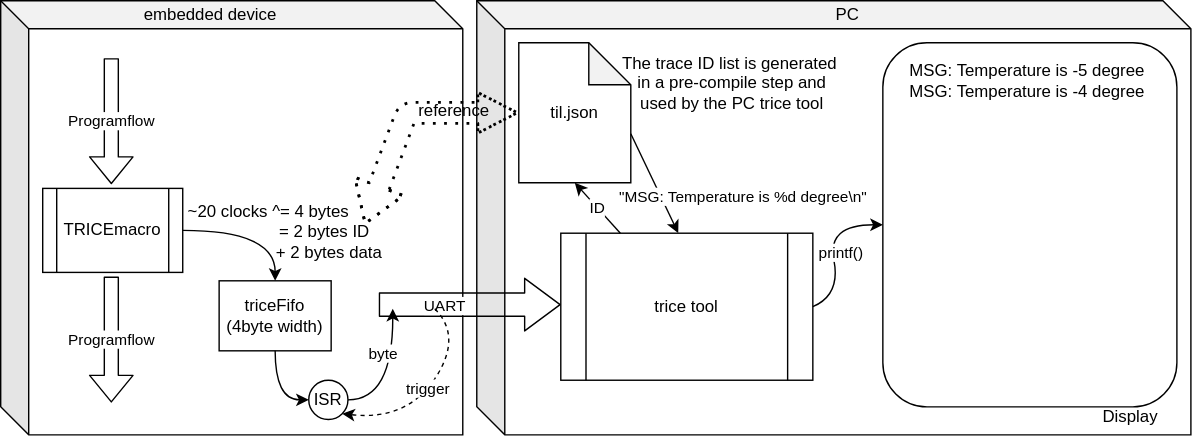
Above: docs/README.media/trice4BlockDiagram.svg in rokath/trice (draw.io), before the change. Source tidied: cells renumbered, new cells last; positions are measured from the earlier drawing's top-left corner, leaving out a move shared by most shapes.
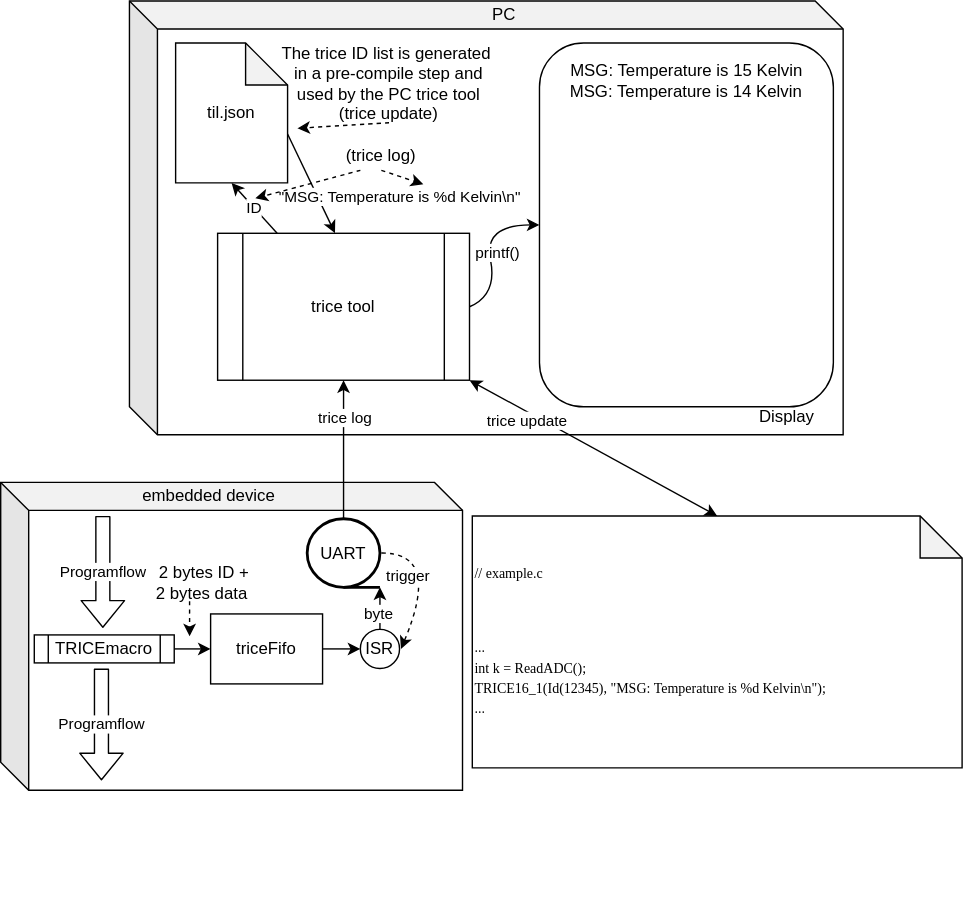
The same diagram one commit later.

Diff of the diagram source:
```diff
@@ -2,119 +2,147 @@
   <root>
     <mxCell id="0" />
     <mxCell id="1" parent="0" />
+    <mxCell id="3" style="shape=cube;whiteSpace=wrap;html=1;boundedLbl=1;backgroundOutline=1;darkOpacity=0.05;darkOpacity2=0.1;" parent="1" vertex="1">
+      <mxGeometry x="210" y="99" width="510" height="310" as="geometry" />
+    </mxCell>
     <mxCell id="2" style="shape=cube;whiteSpace=wrap;html=1;boundedLbl=1;backgroundOutline=1;darkOpacity=0.05;darkOpacity2=0.1;" parent="1" vertex="1">
-      <mxGeometry width="330" height="310" as="geometry" />
+      <mxGeometry x="118" y="443" width="330" height="220" as="geometry" />
     </mxCell>
-    <mxCell id="3" style="shape=cube;whiteSpace=wrap;html=1;boundedLbl=1;backgroundOutline=1;darkOpacity=0.05;darkOpacity2=0.1;" parent="1" vertex="1">
-      <mxGeometry x="340" width="510" height="310" as="geometry" />
-    </mxCell>
-    <mxCell id="4" value="&lt;span&gt;triceFifo&lt;/span&gt;&lt;br&gt;&lt;span&gt;(4byte width)&lt;/span&gt;" style="rounded=0;whiteSpace=wrap;html=1;" parent="1" vertex="1">
-      <mxGeometry x="156" y="200" width="80" height="50" as="geometry" />
+    <mxCell id="4" value="&lt;span&gt;triceFifo&lt;/span&gt;" style="rounded=0;whiteSpace=wrap;html=1;" parent="1" vertex="1">
+      <mxGeometry x="268" y="537" width="80" height="50" as="geometry" />
     </mxCell>
     <mxCell id="5" value="TRICEmacro" style="shape=process;whiteSpace=wrap;html=1;backgroundOutline=1;" parent="1" vertex="1">
-      <mxGeometry x="30" y="134" width="100" height="60" as="geometry" />
+      <mxGeometry x="142" y="552" width="100" height="20" as="geometry" />
     </mxCell>
-    <mxCell id="6" value="Programflow" style="shape=flexArrow;endArrow=classic;html=1;" parent="1" edge="1">
-      <mxGeometry relative="1" as="geometry">
-        <mxPoint x="79" y="197" as="sourcePoint" />
-        <mxPoint x="79" y="287" as="targetPoint" />
-      </mxGeometry>
-    </mxCell>
     <mxCell id="7" value="Programflow" style="shape=flexArrow;endArrow=classic;html=1;" parent="1" edge="1">
       <mxGeometry relative="1" as="geometry">
-        <mxPoint x="79" y="41" as="sourcePoint" />
-        <mxPoint x="79" y="131" as="targetPoint" />
+        <mxPoint x="191" y="467" as="sourcePoint" />
+        <mxPoint x="191" y="547" as="targetPoint" />
       </mxGeometry>
     </mxCell>
     <mxCell id="8" value="ISR" style="ellipse;whiteSpace=wrap;html=1;" parent="1" vertex="1">
-      <mxGeometry x="220" y="271" width="28" height="28" as="geometry" />
+      <mxGeometry x="375" y="548" width="28" height="28" as="geometry" />
     </mxCell>
-    <mxCell id="9" style="endArrow=classic;html=1;exitX=1;exitY=0.5;exitDx=0;exitDy=0;entryX=0.5;entryY=0;entryDx=0;entryDy=0;edgeStyle=orthogonalEdgeStyle;curved=1;" parent="1" edge="1" source="5" target="4">
+    <mxCell id="9" style="endArrow=classic;html=1;exitX=1;exitY=0.5;exitDx=0;exitDy=0;entryX=0;entryY=0.5;entryDx=0;entryDy=0;edgeStyle=orthogonalEdgeStyle;curved=1;" parent="1" edge="1" source="5" target="4">
       <mxGeometry relative="1" as="geometry" />
     </mxCell>
-    <mxCell id="10" value="~20 clocks ^= 4 bytes &lt;br&gt;&amp;nbsp; &amp;nbsp; &amp;nbsp; &amp;nbsp; &amp;nbsp; &amp;nbsp; &amp;nbsp; &amp;nbsp; &amp;nbsp; &amp;nbsp; &amp;nbsp; &amp;nbsp; = 2 bytes ID &lt;br&gt;&amp;nbsp; &amp;nbsp; &amp;nbsp; &amp;nbsp; &amp;nbsp; &amp;nbsp; &amp;nbsp; &amp;nbsp; &amp;nbsp; &amp;nbsp; &amp;nbsp; &amp;nbsp; &amp;nbsp; + 2 bytes data" style="text;html=1;align=center;verticalAlign=middle;points=[];" parent="1" vertex="1">
-      <mxGeometry x="101" y="140" width="180" height="50" as="geometry" />
+    <mxCell id="10" value="&amp;nbsp; &amp;nbsp; &amp;nbsp; &amp;nbsp; &amp;nbsp; &amp;nbsp; &amp;nbsp; &amp;nbsp; &amp;nbsp; &amp;nbsp; &amp;nbsp; &amp;nbsp; &amp;nbsp;&amp;nbsp;" style="text;html=1;align=center;verticalAlign=middle;points=[];" parent="1" vertex="1">
+      <mxGeometry x="460" y="725" width="100" height="20" as="geometry" />
     </mxCell>
     <mxCell id="11" value="til.json" style="shape=note;whiteSpace=wrap;html=1;backgroundOutline=1;darkOpacity=0.05;" parent="1" vertex="1">
-      <mxGeometry x="370" y="30" width="80" height="100" as="geometry" />
+      <mxGeometry x="243" y="129" width="80" height="100" as="geometry" />
     </mxCell>
-    <mxCell id="12" value="The trace ID list is generated&amp;nbsp; in a pre-compile step and used by the PC trice tool" style="text;html=1;strokeColor=none;fillColor=none;align=center;verticalAlign=middle;whiteSpace=wrap;rounded=0;rotation=0;" parent="1" vertex="1">
-      <mxGeometry x="440" y="30" width="165" height="57" as="geometry" />
+    <mxCell id="12" value="The trice ID list is generated&amp;nbsp; in a pre-compile step and used by the PC trice tool&lt;br&gt;(trice update)" style="text;html=1;strokeColor=none;fillColor=none;align=center;verticalAlign=middle;whiteSpace=wrap;rounded=0;rotation=0;" parent="1" vertex="1">
+      <mxGeometry x="313" y="129" width="165" height="57" as="geometry" />
     </mxCell>
     <mxCell id="13" style="rounded=1;whiteSpace=wrap;html=1;" parent="1" vertex="1">
-      <mxGeometry x="630" y="30" width="210" height="260" as="geometry" />
+      <mxGeometry x="503" y="129" width="210" height="260" as="geometry" />
     </mxCell>
-    <mxCell id="14" style="shape=flexArrow;endArrow=classic;startArrow=classic;html=1;entryX=0;entryY=0.5;entryDx=0;entryDy=0;entryPerimeter=0;width=14;startSize=8.75;endWidth=12;endSize=8.75;exitX=0.883;exitY=0.4;exitDx=0;exitDy=0;exitPerimeter=0;dashed=1;dashPattern=1 3;strokeWidth=2;" parent="1" edge="1" source="10" target="11">
-      <mxGeometry x="-0.19" y="-29" relative="1" as="geometry">
-        <Array as="points">
-          <mxPoint x="290" y="80" />
-        </Array>
-        <mxPoint x="29" y="-29" as="offset" />
-      </mxGeometry>
-    </mxCell>
-    <mxCell id="15" style="endArrow=classic;html=1;exitX=0.5;exitY=1;exitDx=0;exitDy=0;entryX=0;entryY=0.5;entryDx=0;entryDy=0;edgeStyle=orthogonalEdgeStyle;curved=1;" parent="1" edge="1" source="4" target="8">
+    <mxCell id="15" style="endArrow=classic;html=1;entryX=0;entryY=0.5;entryDx=0;entryDy=0;edgeStyle=orthogonalEdgeStyle;curved=1;exitX=1;exitY=0.5;exitDx=0;exitDy=0;" parent="1" edge="1" source="4" target="8">
       <mxGeometry relative="1" as="geometry" />
     </mxCell>
-    <mxCell id="16" style="endArrow=classic;html=1;exitX=1;exitY=0.5;exitDx=0;exitDy=0;edgeStyle=orthogonalEdgeStyle;curved=1;" parent="1" edge="1" source="8">
-      <mxGeometry relative="1" as="geometry">
-        <mxPoint x="280" y="220" as="targetPoint" />
-      </mxGeometry>
+    <mxCell id="16" style="endArrow=classic;html=1;exitX=0.5;exitY=0;exitDx=0;exitDy=0;edgeStyle=orthogonalEdgeStyle;curved=1;entryX=1;entryY=1;entryDx=0;entryDy=0;entryPerimeter=0;" parent="1" edge="1" source="8" target="27">
+      <mxGeometry relative="1" as="geometry" />
     </mxCell>
     <mxCell id="17" value="byte" style="edgeLabel;html=1;align=center;verticalAlign=middle;" parent="16" vertex="1">
-      <mxGeometry x="0.35" y="7" relative="1" as="geometry" />
+      <mxGeometry x="0.35" y="7" relative="1" as="geometry">
+        <mxPoint x="5" y="8" as="offset" />
+      </mxGeometry>
     </mxCell>
-    <mxCell id="18" value="MSG: Temperature is -5 degree&amp;nbsp;" style="text;html=1;strokeColor=none;fillColor=none;align=center;verticalAlign=middle;whiteSpace=wrap;rounded=0;" parent="1" vertex="1">
-      <mxGeometry x="640" y="40" width="190" height="20" as="geometry" />
+    <mxCell id="18" value="MSG: Temperature is 15 Kelvin&amp;nbsp;" style="text;html=1;strokeColor=none;fillColor=none;align=center;verticalAlign=middle;whiteSpace=wrap;rounded=0;" parent="1" vertex="1">
+      <mxGeometry x="515" y="139" width="190" height="20" as="geometry" />
     </mxCell>
-    <mxCell id="19" value="MSG: Temperature is -4 degree&amp;nbsp;" style="text;html=1;strokeColor=none;fillColor=none;align=center;verticalAlign=middle;whiteSpace=wrap;rounded=0;" parent="1" vertex="1">
-      <mxGeometry x="645" y="55" width="180" height="20" as="geometry" />
+    <mxCell id="19" value="MSG: Temperature is 14 Kelvin" style="text;html=1;strokeColor=none;fillColor=none;align=center;verticalAlign=middle;whiteSpace=wrap;rounded=0;" parent="1" vertex="1">
+      <mxGeometry x="518" y="154" width="180" height="20" as="geometry" />
     </mxCell>
     <mxCell id="20" value="trice tool" style="shape=process;whiteSpace=wrap;html=1;backgroundOutline=1;" parent="1" vertex="1">
-      <mxGeometry x="400" y="166" width="180" height="105" as="geometry" />
+      <mxGeometry x="273" y="265" width="180" height="105" as="geometry" />
     </mxCell>
     <mxCell id="21" value="printf()" style="curved=1;endArrow=classic;html=1;exitX=1;exitY=0.5;exitDx=0;exitDy=0;entryX=0;entryY=0.5;entryDx=0;entryDy=0;" parent="1" edge="1" source="20" target="13">
       <mxGeometry x="-0.09" y="-6" relative="1" as="geometry">
         <Array as="points">
-          <mxPoint x="600" y="210" />
-          <mxPoint x="590" y="160" />
+          <mxPoint x="473" y="309" />
+          <mxPoint x="463" y="259" />
         </Array>
       </mxGeometry>
     </mxCell>
     <mxCell id="22" value="Display" style="text;html=1;strokeColor=none;fillColor=none;align=center;verticalAlign=middle;whiteSpace=wrap;rounded=0;" parent="1" vertex="1">
-      <mxGeometry x="787" y="287" width="40" height="20" as="geometry" />
+      <mxGeometry x="660" y="386" width="40" height="20" as="geometry" />
     </mxCell>
-    <mxCell id="23" value="reference" style="text;html=1;strokeColor=none;fillColor=none;align=center;verticalAlign=middle;whiteSpace=wrap;rounded=0;" parent="1" vertex="1">
-      <mxGeometry x="304" y="69" width="40" height="20" as="geometry" />
-    </mxCell>
     <mxCell id="24" value="embedded device" style="text;html=1;strokeColor=none;fillColor=none;align=center;verticalAlign=middle;whiteSpace=wrap;rounded=0;" parent="1" vertex="1">
-      <mxGeometry x="90" width="120" height="20" as="geometry" />
+      <mxGeometry x="207" y="443" width="120" height="20" as="geometry" />
     </mxCell>
     <mxCell id="25" value="PC" style="text;html=1;strokeColor=none;fillColor=none;align=center;verticalAlign=middle;whiteSpace=wrap;rounded=0;" parent="1" vertex="1">
-      <mxGeometry x="585" width="40" height="20" as="geometry" />
+      <mxGeometry x="458" y="99" width="40" height="20" as="geometry" />
     </mxCell>
-    <mxCell id="26" style="shape=flexArrow;endArrow=classic;html=1;shadow=0;width=16.551724137931036;endSize=8.10344827586207;" parent="1" edge="1">
-      <mxGeometry relative="1" as="geometry">
-        <mxPoint x="270" y="217" as="sourcePoint" />
-        <mxPoint x="400" y="217" as="targetPoint" />
-      </mxGeometry>
-    </mxCell>
-    <mxCell id="27" value="UART" style="edgeLabel;html=1;align=center;verticalAlign=middle;points=[];" parent="26" vertex="1">
-      <mxGeometry x="-0.28" y="-1" relative="1" as="geometry" />
-    </mxCell>
-    <mxCell id="28" value="trigger" style="curved=1;endArrow=classic;html=1;shadow=0;dashed=1;entryX=1;entryY=1;entryDx=0;entryDy=0;" parent="1" edge="1" target="8">
-      <mxGeometry relative="1" as="geometry">
-        <mxPoint x="310" y="220" as="sourcePoint" />
+    <mxCell id="28" value="trigger" style="curved=1;endArrow=classic;html=1;shadow=0;dashed=1;entryX=1;entryY=0.5;entryDx=0;entryDy=0;exitX=1;exitY=0.5;exitDx=0;exitDy=0;exitPerimeter=0;" parent="1" edge="1">
+      <mxGeometry x="0.15" y="-15" relative="1" as="geometry">
+        <mxPoint x="390" y="493.5" as="sourcePoint" />
+        <mxPoint x="404" y="562" as="targetPoint" />
         <Array as="points">
-          <mxPoint x="330" y="240" />
-          <mxPoint x="290" y="300" />
+          <mxPoint x="433" y="493" />
         </Array>
       </mxGeometry>
     </mxCell>
     <mxCell id="29" value="ID" style="endArrow=classic;html=1;shadow=0;entryX=0.5;entryY=1;entryDx=0;entryDy=0;entryPerimeter=0;" parent="1" edge="1" source="20" target="11">
       <mxGeometry relative="1" as="geometry" />
     </mxCell>
-    <mxCell id="30" value="&quot;MSG: Temperature is %d degree\n&quot;" style="endArrow=classic;html=1;shadow=0;exitX=0;exitY=0;exitDx=80;exitDy=65;exitPerimeter=0;entryX=0.466;entryY=-0.001;entryDx=0;entryDy=0;entryPerimeter=0;" parent="1" edge="1" source="11" target="20">
+    <mxCell id="30" value="&quot;MSG: Temperature is %d Kelvin\n&quot;" style="endArrow=classic;html=1;shadow=0;exitX=0;exitY=0;exitDx=80;exitDy=65;exitPerimeter=0;entryX=0.466;entryY=-0.001;entryDx=0;entryDy=0;entryPerimeter=0;" parent="1" edge="1" source="11" target="20">
       <mxGeometry x="0.91" y="53" relative="1" as="geometry" />
     </mxCell>
+    <mxCell id="27" value="UART" style="strokeWidth=2;html=1;shape=mxgraph.flowchart.sequential_data;whiteSpace=wrap;" parent="1" vertex="1">
+      <mxGeometry x="337" y="469" width="52" height="49" as="geometry" />
+    </mxCell>
+    <mxCell id="31" value="&lt;span&gt;&amp;nbsp;2 bytes ID&amp;nbsp;&lt;/span&gt;&lt;span&gt;+ 2 bytes data&lt;/span&gt;" style="text;html=1;strokeColor=none;fillColor=none;align=center;verticalAlign=middle;whiteSpace=wrap;rounded=0;" parent="1" vertex="1">
+      <mxGeometry x="225" y="505" width="74" height="20" as="geometry" />
+    </mxCell>
+    <mxCell id="32" style="curved=1;endArrow=classic;html=1;shadow=0;dashed=1;exitX=0.378;exitY=1.15;exitDx=0;exitDy=0;exitPerimeter=0;" parent="1" edge="1" source="31">
+      <mxGeometry relative="1" as="geometry">
+        <mxPoint x="253" y="553" as="targetPoint" />
+      </mxGeometry>
+    </mxCell>
+    <mxCell id="6" value="Programflow" style="shape=flexArrow;endArrow=classic;html=1;" parent="1" edge="1">
+      <mxGeometry relative="1" as="geometry">
+        <mxPoint x="190" y="576" as="sourcePoint" />
+        <mxPoint x="190" y="656" as="targetPoint" />
+      </mxGeometry>
+    </mxCell>
+    <mxCell id="33" value="&lt;pre&gt;&lt;font face=&quot;Lucida Console&quot; style=&quot;font-size: 10px&quot;&gt;// example.c&lt;/font&gt;&lt;/pre&gt;&lt;pre&gt;&lt;br&gt;&lt;/pre&gt;&lt;pre&gt;&lt;font face=&quot;Lucida Console&quot; style=&quot;font-size: 10px&quot;&gt;...&lt;br&gt;&lt;/font&gt;&lt;font face=&quot;Lucida Console&quot; style=&quot;font-size: 10px&quot;&gt;int k = ReadADC();&amp;nbsp; &amp;nbsp; &amp;nbsp; &amp;nbsp; &amp;nbsp; &amp;nbsp; &amp;nbsp; &amp;nbsp; &amp;nbsp; &amp;nbsp; &amp;nbsp; &amp;nbsp; &amp;nbsp; &amp;nbsp; &amp;nbsp; &amp;nbsp; &amp;nbsp; &amp;nbsp; &amp;nbsp; &amp;nbsp; &amp;nbsp;&lt;br&gt;&lt;/font&gt;&lt;font face=&quot;Lucida Console&quot; style=&quot;font-size: 10px&quot;&gt;TRICE16_1(Id(12345),&amp;nbsp;&lt;span style=&quot;background-color: rgb(255 , 255 , 255)&quot;&gt;&quot;MSG: Temperature is %d Kelvin\n&quot;);&lt;br&gt;&lt;/span&gt;&lt;/font&gt;&lt;font face=&quot;Lucida Console&quot; style=&quot;font-size: 10px&quot;&gt;...&amp;nbsp;&lt;/font&gt;&lt;/pre&gt;" style="shape=note;whiteSpace=wrap;html=1;backgroundOutline=1;darkOpacity=0.05;align=left;" parent="1" vertex="1">
+      <mxGeometry x="455" y="467" width="350" height="180" as="geometry" />
+    </mxCell>
+    <mxCell id="34" style="endArrow=classic;startArrow=classic;html=1;entryX=0.5;entryY=0;entryDx=0;entryDy=0;entryPerimeter=0;exitX=1;exitY=1;exitDx=0;exitDy=0;" parent="1" edge="1" source="20" target="33">
+      <mxGeometry relative="1" as="geometry" />
+    </mxCell>
+    <mxCell id="35" value="trice update" style="edgeLabel;html=1;align=center;verticalAlign=middle;" parent="34" vertex="1">
+      <mxGeometry x="-0.13" relative="1" as="geometry">
+        <mxPoint x="-37" y="-14" as="offset" />
+      </mxGeometry>
+    </mxCell>
+    <mxCell id="36" style="endArrow=classic;html=1;entryX=0.5;entryY=1;entryDx=0;entryDy=0;exitX=0.5;exitY=0;exitDx=0;exitDy=0;exitPerimeter=0;" parent="1" edge="1" source="27" target="20">
+      <mxGeometry relative="1" as="geometry" />
+    </mxCell>
+    <mxCell id="37" value="trice log" style="edgeLabel;html=1;align=center;verticalAlign=middle;" parent="36" vertex="1">
+      <mxGeometry x="0.36" relative="1" as="geometry">
+        <mxPoint y="-6" as="offset" />
+      </mxGeometry>
+    </mxCell>
+    <mxCell id="38" value="(trice log)" style="text;html=1;strokeColor=none;fillColor=none;align=center;verticalAlign=middle;whiteSpace=wrap;rounded=0;" parent="1" vertex="1">
+      <mxGeometry x="360" y="200" width="60" height="20" as="geometry" />
+    </mxCell>
+    <mxCell id="39" style="curved=1;endArrow=classic;html=1;shadow=0;dashed=1;exitX=0.25;exitY=1;exitDx=0;exitDy=0;" parent="1" edge="1" source="38">
+      <mxGeometry relative="1" as="geometry">
+        <mxPoint x="300" y="240" as="targetPoint" />
+      </mxGeometry>
+    </mxCell>
+    <mxCell id="40" style="curved=1;endArrow=classic;html=1;shadow=0;dashed=1;exitX=0.5;exitY=1;exitDx=0;exitDy=0;" parent="1" edge="1" source="38">
+      <mxGeometry relative="1" as="geometry">
+        <mxPoint x="420" y="230" as="targetPoint" />
+      </mxGeometry>
+    </mxCell>
+    <mxCell id="41" style="curved=1;endArrow=classic;html=1;shadow=0;dashed=1;exitX=0.5;exitY=1;exitDx=0;exitDy=0;" parent="1" edge="1" source="12">
+      <mxGeometry relative="1" as="geometry">
+        <mxPoint x="330" y="190" as="targetPoint" />
+      </mxGeometry>
+    </mxCell>
   </root>
 </mxGraphModel>
```
